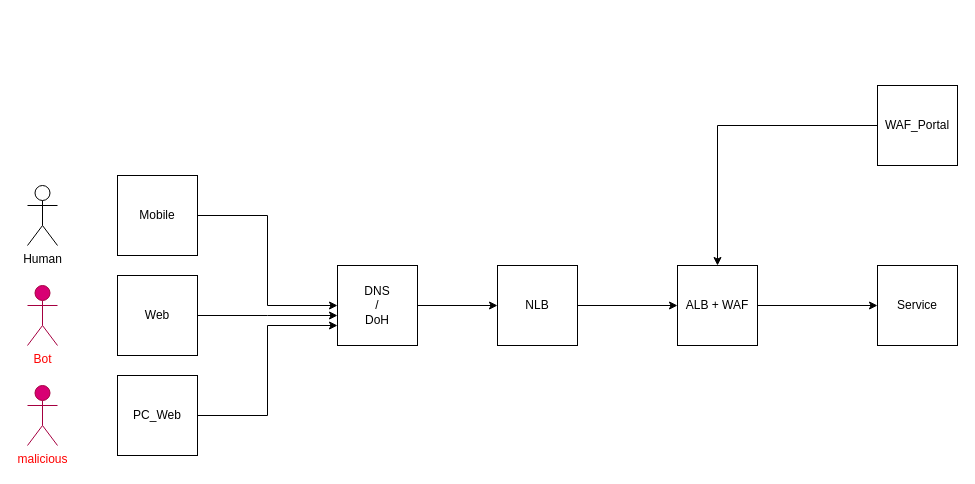
Earlier version of the draw.io diagram network/security-gateway.drawio (airdb/drawio). Source tidied: cells renumbered, new cells numbered last; positions are measured from the earlier drawing's top-left corner, leaving out a move shared by most shapes. Both pictures are drawn from the tidied source at 100%, with x=0, y=0 at pixel (27, 85).
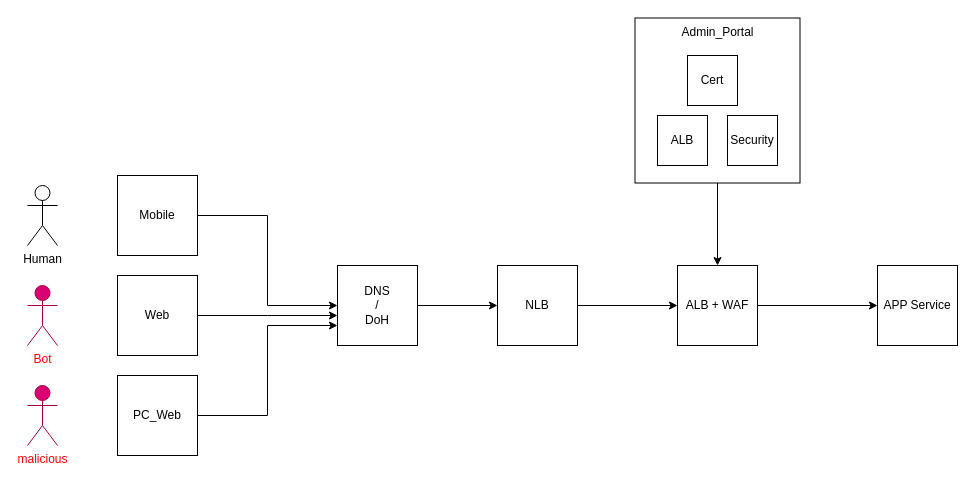
The same page after the edit.

What changed in the source:
```diff
@@
-    <mxCell id="13" value="WAF_Portal" style="whiteSpace=wrap;html=1;" parent="1" vertex="1">
-      <mxGeometry x="850" width="80" height="80" as="geometry" />
+    <mxCell id="13" value="Admin_Portal" style="whiteSpace=wrap;html=1;verticalAlign=top;" parent="1" vertex="1">
+      <mxGeometry x="607.5" y="-67.5" width="165" height="165" as="geometry" />
     </mxCell>
-    <mxCell id="14" value="Service" style="whiteSpace=wrap;html=1;" parent="1" vertex="1">
+    <mxCell id="14" value="APP Service" style="whiteSpace=wrap;html=1;" parent="1" vertex="1">
       <mxGeometry x="850" y="180" width="80" height="80" as="geometry" />
     </mxCell>
@@
+    <mxCell id="20" value="Security" style="whiteSpace=wrap;html=1;direction=south;" parent="1" vertex="1">
+      <mxGeometry x="700" y="30" width="50" height="50" as="geometry" />
+    </mxCell>
+    <mxCell id="21" value="ALB" style="whiteSpace=wrap;html=1;direction=south;" parent="1" vertex="1">
+      <mxGeometry x="630" y="30" width="50" height="50" as="geometry" />
+    </mxCell>
+    <mxCell id="22" value="Cert" style="whiteSpace=wrap;html=1;direction=south;" parent="1" vertex="1">
+      <mxGeometry x="660" y="-30" width="50" height="50" as="geometry" />
+    </mxCell>
```
